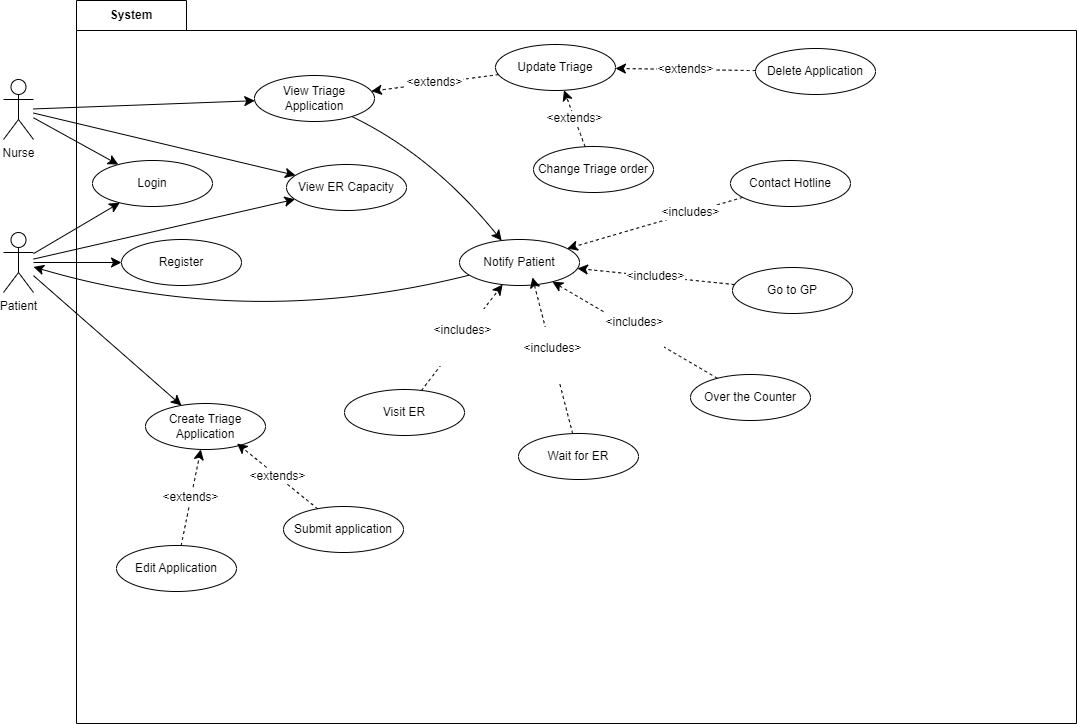
Earlier version of the draw.io export UseCaseDiagram.drawio.png (SENG-350-2024-fall/Team5). Source tidied: cells renumbered, new cells last; positions are measured from the earlier drawing's top-left corner, leaving out a move shared by most shapes.
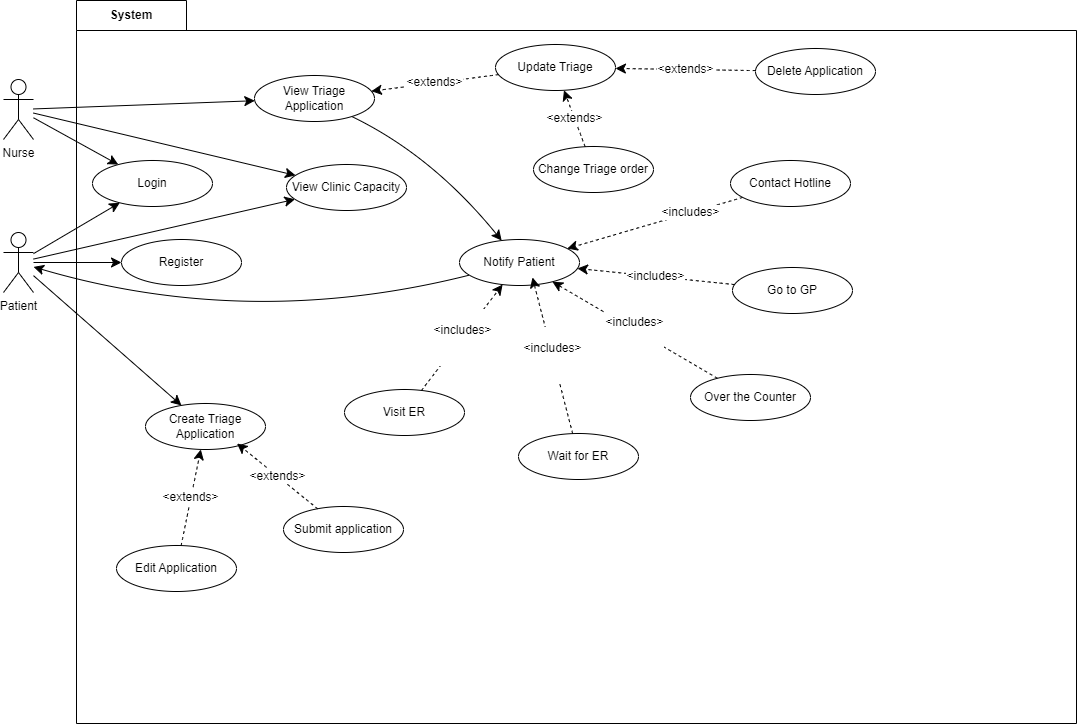
After the change.

The edit, as a diff of the source:
```diff
@@ -73,7 +73,7 @@
     <mxCell id="24" value="Submit application" style="ellipse;whiteSpace=wrap;html=1;" parent="1" vertex="1">
       <mxGeometry x="280" y="506" width="120" height="46" as="geometry" />
     </mxCell>
-    <mxCell id="25" value="View ER Capacity" style="ellipse;whiteSpace=wrap;html=1;" parent="1" vertex="1">
+    <mxCell id="25" value="View Clinic Capacity" style="ellipse;whiteSpace=wrap;html=1;" parent="1" vertex="1">
       <mxGeometry x="283" y="164" width="120" height="46" as="geometry" />
     </mxCell>
     <mxCell id="26" style="edgeStyle=none;curved=1;rounded=0;jettySize=auto;html=1;fontSize=12;startSize=8;endSize=8;" parent="1" edge="1" source="27" target="29">
```
